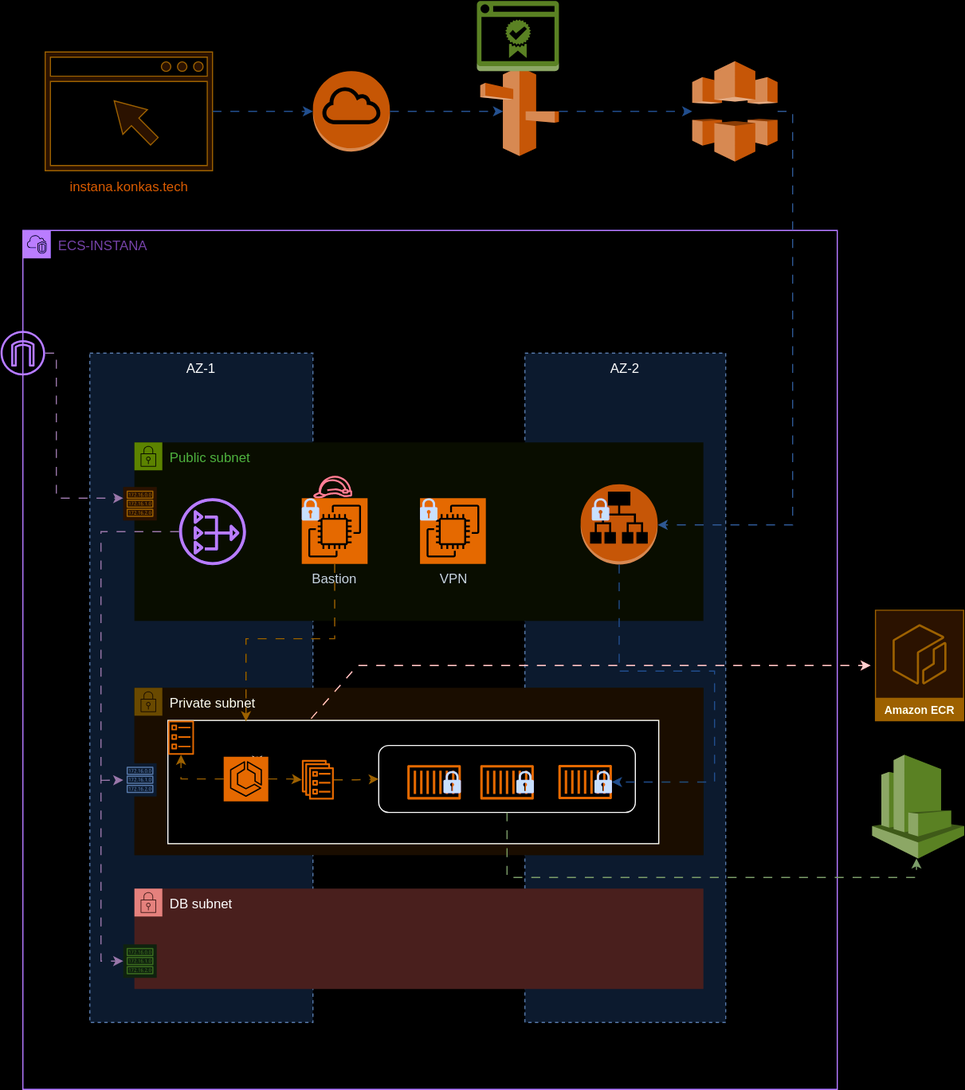
The draw.io diagram images/infra.drawio.svg in ullagallu123/infra-instana-ecs, before a commit. Source tidied: cells renumbered, new cells last; positions are measured from the earlier drawing's top-left corner, leaving out a move shared by most shapes.
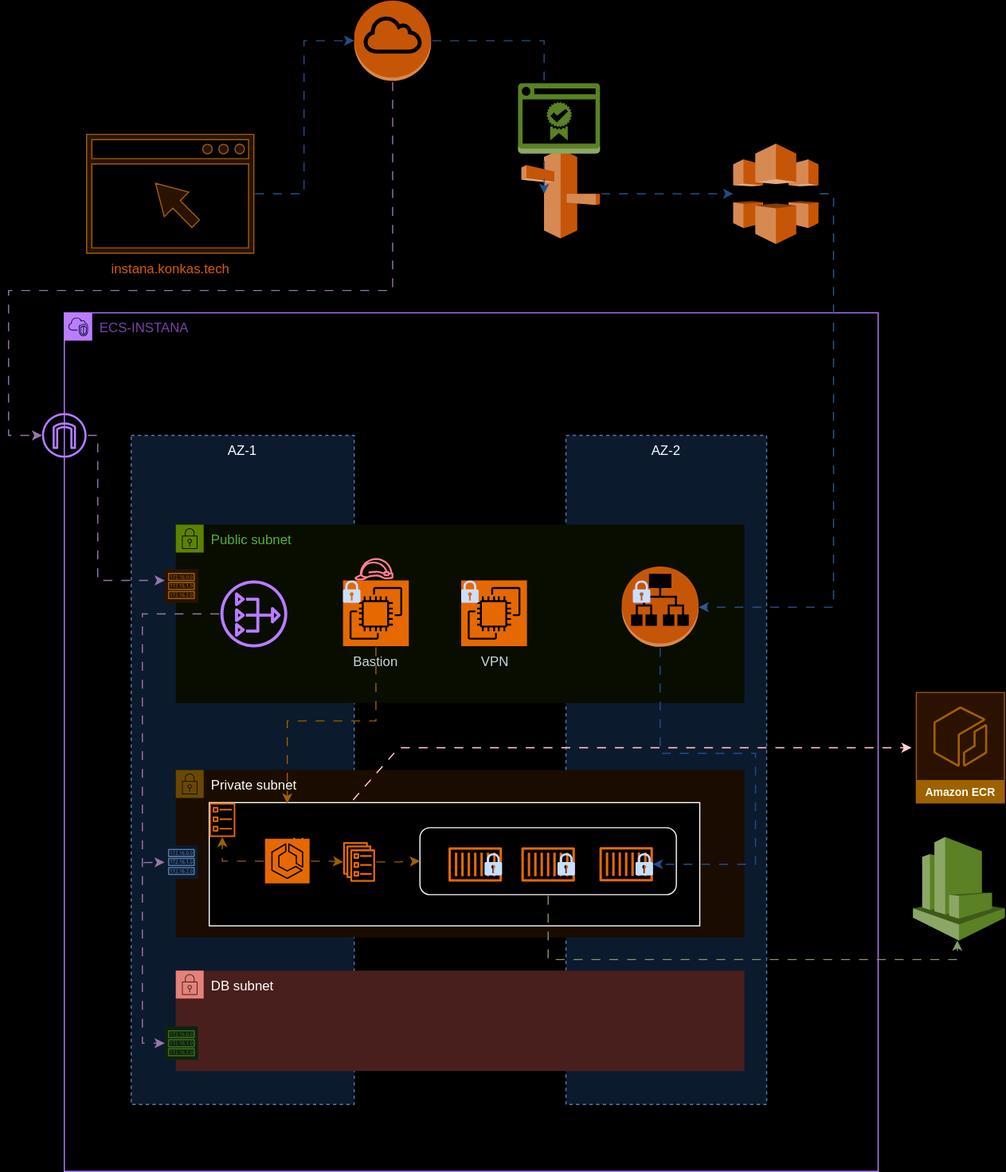
After the commit.

Commit message:
Added internet flow infra.drawio.svg

Diff of the diagram source:
```diff
@@ -164,8 +164,17 @@
     <mxCell id="44" value="&lt;font color=&quot;#ff8000&quot;&gt;instana.konkas.tech&lt;/font&gt;" style="sketch=0;shadow=0;dashed=0;html=1;strokeColor=#d79b00;fillColor=#ffe6cc;labelPosition=center;verticalLabelPosition=bottom;verticalAlign=top;align=center;outlineConnect=0;shape=mxgraph.vvd.web_browser;" parent="1" vertex="1">
       <mxGeometry x="40" y="46" width="150" height="106.5" as="geometry" />
     </mxCell>
+    <mxCell id="53" style="edgeStyle=orthogonalEdgeStyle;rounded=0;jettySize=auto;html=1;fillColor=#e1d5e7;strokeColor=#9673a6;flowAnimation=1;" parent="1" edge="1" source="45" target="31">
+      <mxGeometry relative="1" as="geometry">
+        <Array as="points">
+          <mxPoint x="314" y="186" />
+          <mxPoint x="-30" y="186" />
+          <mxPoint x="-30" y="316" />
+        </Array>
+      </mxGeometry>
+    </mxCell>
     <mxCell id="45" style="outlineConnect=0;dashed=0;verticalLabelPosition=bottom;verticalAlign=top;align=center;html=1;shape=mxgraph.aws3.internet_gateway;fillColor=#F58534;gradientColor=none;" parent="1" vertex="1">
-      <mxGeometry x="280" y="63.2" width="69" height="72" as="geometry" />
+      <mxGeometry x="280" y="-74" width="69" height="72" as="geometry" />
     </mxCell>
     <mxCell id="46" style="edgeStyle=orthogonalEdgeStyle;rounded=0;jettySize=auto;html=1;entryX=0;entryY=0.5;entryDx=0;entryDy=0;entryPerimeter=0;flowAnimation=1;fillColor=#dae8fc;strokeColor=#8DBAFA;" parent="1" edge="1" source="44" target="45">
       <mxGeometry relative="1" as="geometry" />
```
